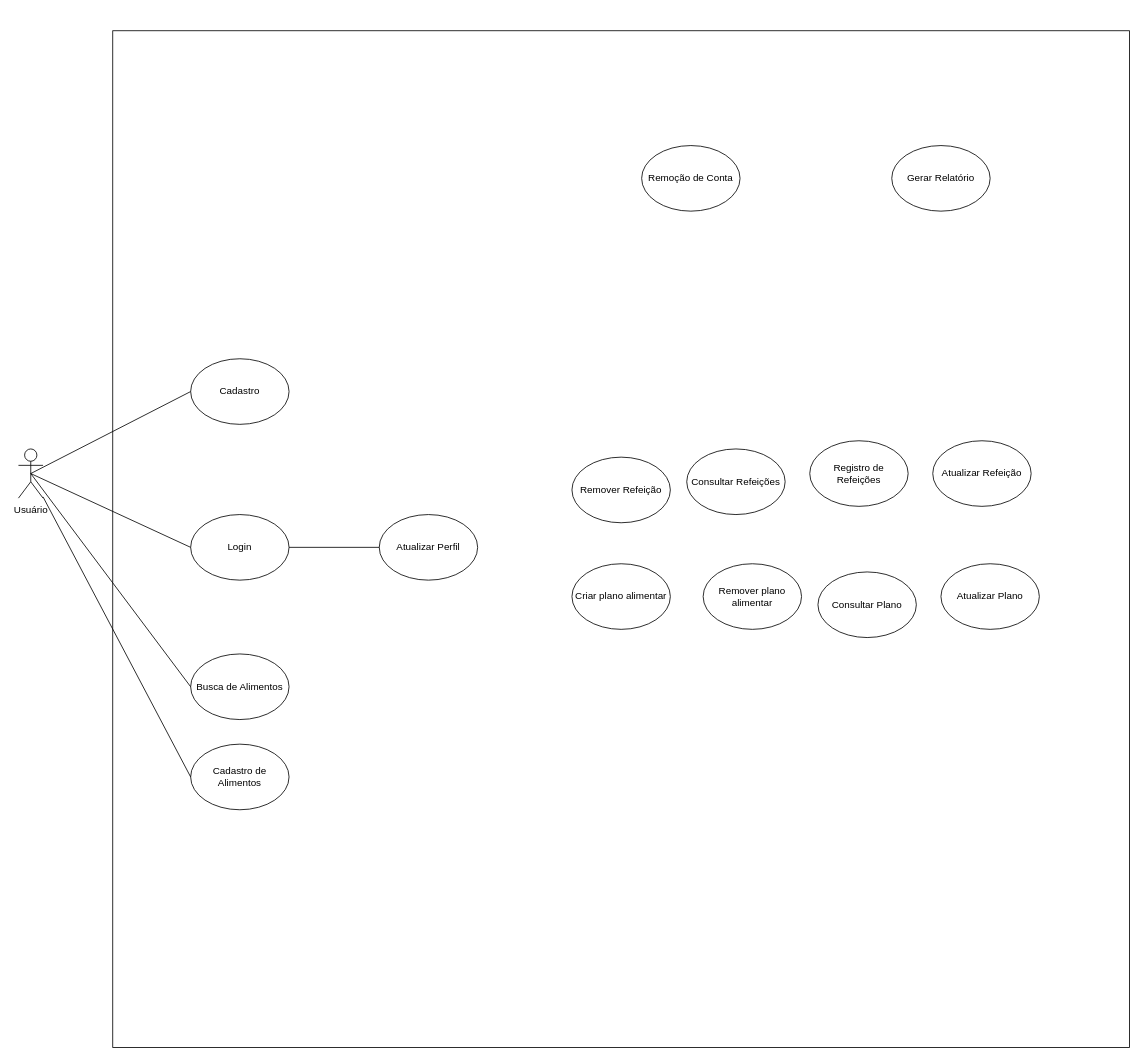
EliasNote/nutri keeps this draw.io diagram as casosuso.drawio. Above is the earlier version. Source tidied: cells renumbered, new cells numbered last; positions are measured from the earlier drawing's top-left corner, leaving out a move shared by most shapes. Both pictures are drawn from the tidied source at 82%, with x=0, y=0 at pixel (18, 30).
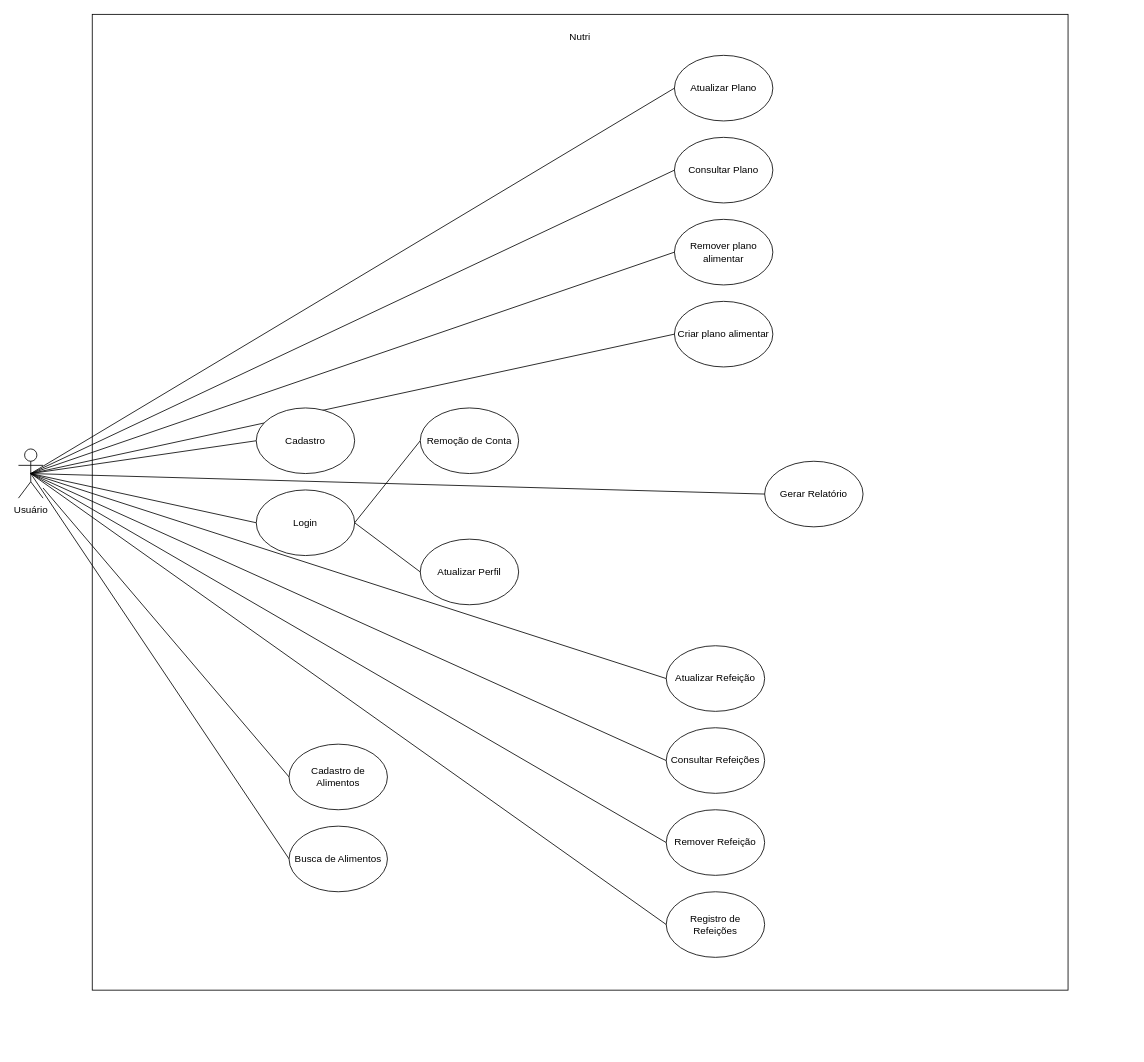
The same diagram, later.

Commit message:
feat: update use case diagram with new user interactions and features

The change refers to these unchanged cells:
```xml
<mxCell id="18" value="Usuário" style="shape=umlActor;verticalLabelPosition=bottom;verticalAlign=top;html=1;outlineConnect=0;" parent="1" vertex="1">
  <mxGeometry y="510" width="30" height="60" as="geometry" />
</mxCell>
```

Diff of the diagram source:
```diff
@@
-    <mxCell id="2" style="whiteSpace=wrap;html=1;" parent="1" vertex="1">
-      <mxGeometry x="115" width="1240" height="1240" as="geometry" />
+    <mxCell id="2" value="&#10;Nutri&#10;&#10;" style="whiteSpace=wrap;html=1;verticalAlign=top;" parent="1" vertex="1">
+      <mxGeometry x="90" y="-20" width="1190" height="1190" as="geometry" />
     </mxCell>
-    <mxCell id="3" value="Login" style="ellipse;whiteSpace=wrap;html=1;" parent="1" vertex="1">
-      <mxGeometry x="210" y="590" width="120" height="80" as="geometry" />
-    </mxCell>
     <mxCell id="4" value="Atualizar Perfil" style="ellipse;whiteSpace=wrap;html=1;" parent="1" vertex="1">
-      <mxGeometry x="440" y="590" width="120" height="80" as="geometry" />
+      <mxGeometry x="490" y="620" width="120" height="80" as="geometry" />
     </mxCell>
     <mxCell id="5" value="Gerar Relatório" style="ellipse;whiteSpace=wrap;html=1;" parent="1" vertex="1">
-      <mxGeometry x="1065" y="140" width="120" height="80" as="geometry" />
+      <mxGeometry x="910" y="525" width="120" height="80" as="geometry" />
     </mxCell>
-    <mxCell id="6" value="Cadastro de Alimentos" style="ellipse;whiteSpace=wrap;html=1;" parent="1" vertex="1">
-      <mxGeometry x="210" y="870" width="120" height="80" as="geometry" />
-    </mxCell>
     <mxCell id="7" value="Registro de Refeições" style="ellipse;whiteSpace=wrap;html=1;" parent="1" vertex="1">
-      <mxGeometry x="965" y="500" width="120" height="80" as="geometry" />
+      <mxGeometry x="790" y="1050" width="120" height="80" as="geometry" />
     </mxCell>
-    <mxCell id="8" value="Busca de Alimentos" style="ellipse;whiteSpace=wrap;html=1;" parent="1" vertex="1">
-      <mxGeometry x="210" y="760" width="120" height="80" as="geometry" />
-    </mxCell>
     <mxCell id="9" value="Criar plano alimentar" style="ellipse;whiteSpace=wrap;html=1;" parent="1" vertex="1">
-      <mxGeometry x="675" y="650" width="120" height="80" as="geometry" />
+      <mxGeometry x="800" y="330" width="120" height="80" as="geometry" />
     </mxCell>
-    <mxCell id="10" value="Remoção de Conta" style="ellipse;whiteSpace=wrap;html=1;" parent="1" vertex="1">
-      <mxGeometry x="760" y="140" width="120" height="80" as="geometry" />
-    </mxCell>
     <mxCell id="11" value="Atualizar Refeição" style="ellipse;whiteSpace=wrap;html=1;" parent="1" vertex="1">
-      <mxGeometry x="1115" y="500" width="120" height="80" as="geometry" />
+      <mxGeometry x="790" y="750" width="120" height="80" as="geometry" />
     </mxCell>
     <mxCell id="12" value="Consultar Refeições" style="ellipse;whiteSpace=wrap;html=1;" parent="1" vertex="1">
-      <mxGeometry x="815" y="510" width="120" height="80" as="geometry" />
+      <mxGeometry x="790" y="850" width="120" height="80" as="geometry" />
     </mxCell>
     <mxCell id="13" value="Consultar Plano" style="ellipse;whiteSpace=wrap;html=1;" parent="1" vertex="1">
-      <mxGeometry x="975" y="660" width="120" height="80" as="geometry" />
+      <mxGeometry x="800" y="130" width="120" height="80" as="geometry" />
     </mxCell>
     <mxCell id="14" value="Atualizar Plano" style="ellipse;whiteSpace=wrap;html=1;" parent="1" vertex="1">
-      <mxGeometry x="1125" y="650" width="120" height="80" as="geometry" />
+      <mxGeometry x="800" y="30" width="120" height="80" as="geometry" />
     </mxCell>
     <mxCell id="15" value="Remover Refeição" style="ellipse;whiteSpace=wrap;html=1;" parent="1" vertex="1">
-      <mxGeometry x="675" y="520" width="120" height="80" as="geometry" />
+      <mxGeometry x="790" y="950" width="120" height="80" as="geometry" />
     </mxCell>
     <mxCell id="16" value="Remover plano alimentar" style="ellipse;whiteSpace=wrap;html=1;" parent="1" vertex="1">
-      <mxGeometry x="835" y="650" width="120" height="80" as="geometry" />
+      <mxGeometry x="800" y="230" width="120" height="80" as="geometry" />
     </mxCell>
-    <mxCell id="17" value="Cadastro" style="ellipse;whiteSpace=wrap;html=1;" parent="1" vertex="1">
-      <mxGeometry x="210" y="400" width="120" height="80" as="geometry" />
-    </mxCell>
@@
+    <mxCell id="24" style="endArrow=none;html=1;rounded=0;exitX=0.5;exitY=0.5;exitDx=0;exitDy=0;exitPerimeter=0;entryX=0;entryY=0.5;entryDx=0;entryDy=0;" parent="1" edge="1" source="18" target="9">
+      <mxGeometry relative="1" as="geometry" />
+    </mxCell>
+    <mxCell id="25" style="endArrow=none;html=1;rounded=0;exitX=0.5;exitY=0.5;exitDx=0;exitDy=0;exitPerimeter=0;entryX=0;entryY=0.5;entryDx=0;entryDy=0;" parent="1" edge="1" source="18" target="16">
+      <mxGeometry relative="1" as="geometry" />
+    </mxCell>
+    <mxCell id="3" value="Login" style="ellipse;whiteSpace=wrap;html=1;" parent="1" vertex="1">
+      <mxGeometry x="290" y="560" width="120" height="80" as="geometry" />
+    </mxCell>
+    <mxCell id="26" style="endArrow=none;html=1;rounded=0;exitX=0.5;exitY=0.5;exitDx=0;exitDy=0;exitPerimeter=0;entryX=0;entryY=0.5;entryDx=0;entryDy=0;" parent="1" edge="1" source="18" target="11">
+      <mxGeometry relative="1" as="geometry" />
+    </mxCell>
+    <mxCell id="27" style="endArrow=none;html=1;rounded=0;exitX=0.5;exitY=0.5;exitDx=0;exitDy=0;exitPerimeter=0;entryX=0;entryY=0.5;entryDx=0;entryDy=0;" parent="1" edge="1" source="18" target="12">
+      <mxGeometry relative="1" as="geometry" />
+    </mxCell>
+    <mxCell id="28" style="endArrow=none;html=1;rounded=0;exitX=0.5;exitY=0.5;exitDx=0;exitDy=0;exitPerimeter=0;entryX=0;entryY=0.5;entryDx=0;entryDy=0;" parent="1" edge="1" source="18" target="15">
+      <mxGeometry relative="1" as="geometry" />
+    </mxCell>
+    <mxCell id="29" style="endArrow=none;html=1;rounded=0;exitX=0.5;exitY=0.5;exitDx=0;exitDy=0;exitPerimeter=0;entryX=0;entryY=0.5;entryDx=0;entryDy=0;" parent="1" edge="1" source="18" target="7">
+      <mxGeometry relative="1" as="geometry" />
+    </mxCell>
+    <mxCell id="30" style="endArrow=none;html=1;rounded=0;exitX=0.5;exitY=0.5;exitDx=0;exitDy=0;exitPerimeter=0;entryX=0;entryY=0.5;entryDx=0;entryDy=0;" parent="1" edge="1" source="18" target="13">
+      <mxGeometry relative="1" as="geometry" />
+    </mxCell>
+    <mxCell id="31" style="endArrow=none;html=1;rounded=0;exitX=1;exitY=0.5;exitDx=0;exitDy=0;entryX=0;entryY=0.5;entryDx=0;entryDy=0;" parent="1" edge="1" source="3" target="10">
+      <mxGeometry relative="1" as="geometry" />
+    </mxCell>
+    <mxCell id="17" value="Cadastro" style="ellipse;whiteSpace=wrap;html=1;" parent="1" vertex="1">
+      <mxGeometry x="290" y="460" width="120" height="80" as="geometry" />
+    </mxCell>
+    <mxCell id="32" style="endArrow=none;html=1;rounded=0;exitX=0.5;exitY=0.5;exitDx=0;exitDy=0;exitPerimeter=0;entryX=0;entryY=0.5;entryDx=0;entryDy=0;" parent="1" edge="1" source="18" target="14">
+      <mxGeometry relative="1" as="geometry" />
+    </mxCell>
+    <mxCell id="6" value="Cadastro de Alimentos" style="ellipse;whiteSpace=wrap;html=1;" parent="1" vertex="1">
+      <mxGeometry x="330" y="870" width="120" height="80" as="geometry" />
+    </mxCell>
+    <mxCell id="8" value="Busca de Alimentos" style="ellipse;whiteSpace=wrap;html=1;" parent="1" vertex="1">
+      <mxGeometry x="330" y="970" width="120" height="80" as="geometry" />
+    </mxCell>
+    <mxCell id="33" style="endArrow=none;html=1;rounded=0;exitX=0;exitY=0.5;exitDx=0;exitDy=0;entryX=0.5;entryY=0.5;entryDx=0;entryDy=0;entryPerimeter=0;" parent="1" edge="1" source="5" target="18">
+      <mxGeometry relative="1" as="geometry" />
+    </mxCell>
+    <mxCell id="10" value="Remoção de Conta" style="ellipse;whiteSpace=wrap;html=1;" parent="1" vertex="1">
+      <mxGeometry x="490" y="460" width="120" height="80" as="geometry" />
+    </mxCell>
```
